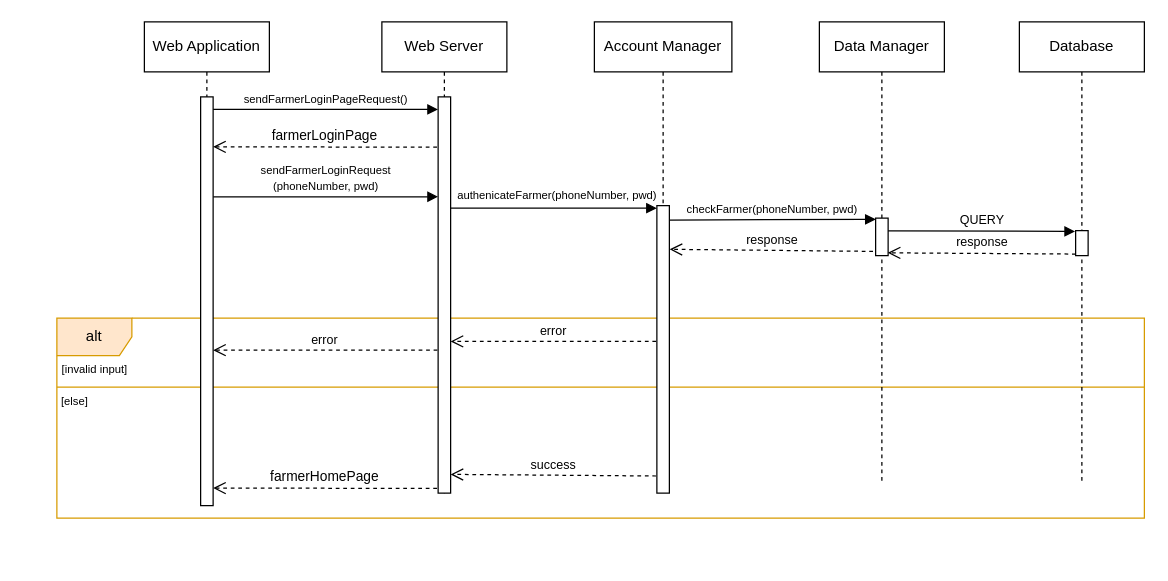
Earlier version of the draw.io diagram page "FM-Login-UC7" (2 of 14) of DD/UML/Runtime.drawio (ictar/DREAM-SE2-Project-2022). Source tidied: cells renumbered, new cells numbered last; positions are measured from the earlier drawing's top-left corner, leaving out a move shared by most shapes. Both pictures are drawn from the tidied source at 125%, with x=0, y=0 at pixel (21, 21).
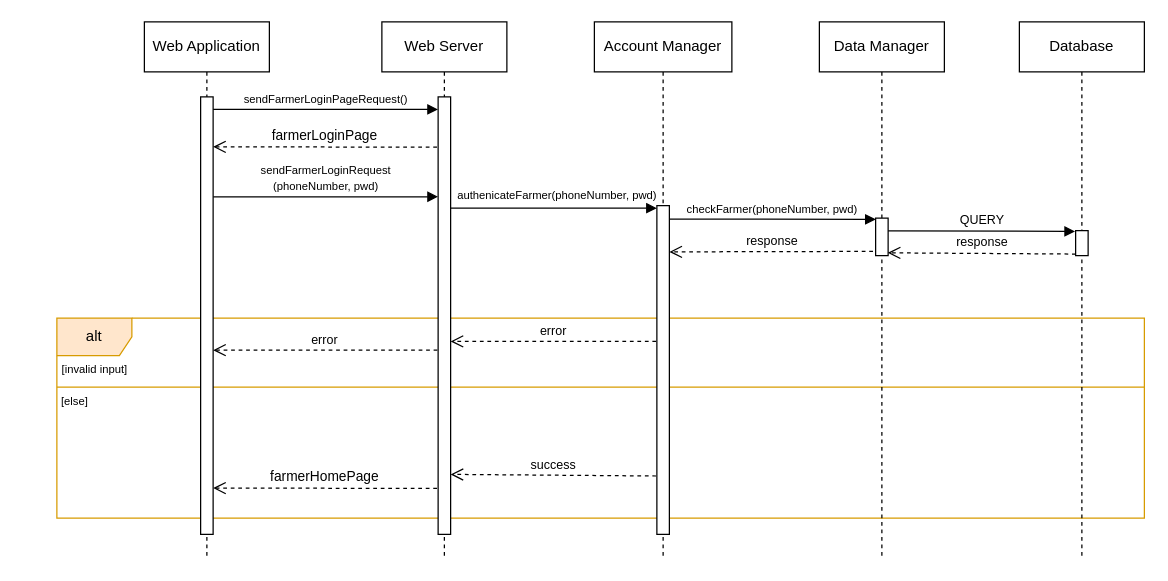
The same diagram, later.

Unchanged cells that the change refers to:
```xml
<mxCell id="14" style="html=1;points=[];perimeter=orthogonalPerimeter;" parent="13" vertex="1">
  <mxGeometry x="45" y="157" width="10" height="30" as="geometry" />
</mxCell>
```

Change to the diagram source:
```diff
@@
     <mxCell id="4" value="Web Application" style="shape=umlLifeline;perimeter=lifelinePerimeter;whiteSpace=wrap;html=1;" parent="1" vertex="1">
-      <mxGeometry x="98" width="100" height="370" as="geometry" />
+      <mxGeometry x="98" width="100" height="430" as="geometry" />
     </mxCell>
     <mxCell id="5" value="Web Server" style="shape=umlLifeline;perimeter=lifelinePerimeter;whiteSpace=wrap;html=1;" parent="1" vertex="1">
-      <mxGeometry x="288" width="100" height="377" as="geometry" />
+      <mxGeometry x="288" width="100" height="430" as="geometry" />
     </mxCell>
     <mxCell id="6" style="html=1;points=[];perimeter=orthogonalPerimeter;" parent="5" vertex="1">
-      <mxGeometry x="45" y="60" width="10" height="317" as="geometry" />
+      <mxGeometry x="45" y="60" width="10" height="350" as="geometry" />
     </mxCell>
@@
     <mxCell id="9" style="html=1;points=[];perimeter=orthogonalPerimeter;" parent="1" vertex="1">
-      <mxGeometry x="143" y="60" width="10" height="327" as="geometry" />
+      <mxGeometry x="143" y="60" width="10" height="350" as="geometry" />
     </mxCell>
@@
     <mxCell id="11" value="Account Manager" style="shape=umlLifeline;perimeter=lifelinePerimeter;whiteSpace=wrap;html=1;" parent="1" vertex="1">
-      <mxGeometry x="458" width="110" height="370" as="geometry" />
+      <mxGeometry x="458" width="110" height="430" as="geometry" />
     </mxCell>
     <mxCell id="12" style="html=1;points=[];perimeter=orthogonalPerimeter;" parent="11" vertex="1">
-      <mxGeometry x="50" y="147" width="10" height="230" as="geometry" />
+      <mxGeometry x="50" y="147" width="10" height="263" as="geometry" />
     </mxCell>
     <mxCell id="13" value="Data Manager" style="shape=umlLifeline;perimeter=lifelinePerimeter;whiteSpace=wrap;html=1;" parent="1" vertex="1">
-      <mxGeometry x="638" width="100" height="370" as="geometry" />
+      <mxGeometry x="638" width="100" height="430" as="geometry" />
     </mxCell>
@@
     <mxCell id="15" value="Database" style="shape=umlLifeline;perimeter=lifelinePerimeter;whiteSpace=wrap;html=1;" parent="1" vertex="1">
-      <mxGeometry x="798" width="100" height="370" as="geometry" />
+      <mxGeometry x="798" width="100" height="430" as="geometry" />
     </mxCell>
@@
-    <mxCell id="18" value="&lt;span style=&quot;font-family: &amp;#34;helvetica&amp;#34; ; font-size: 9px&quot;&gt;checkFarmer(&lt;/span&gt;&lt;span style=&quot;font-family: &amp;#34;helvetica&amp;#34; ; font-size: 9px&quot;&gt;phoneNumber, pwd&lt;/span&gt;&lt;span style=&quot;font-family: &amp;#34;helvetica&amp;#34; ; font-size: 9px&quot;&gt;)&lt;/span&gt;" style="html=1;verticalAlign=bottom;endArrow=block;rounded=0;entryX=0.011;entryY=0.033;entryDx=0;entryDy=0;entryPerimeter=0;exitX=1.021;exitY=0.05;exitDx=0;exitDy=0;exitPerimeter=0;" parent="1" edge="1" source="12" target="14">
+    <mxCell id="18" value="&lt;span style=&quot;font-family: &amp;#34;helvetica&amp;#34; ; font-size: 9px&quot;&gt;checkFarmer(&lt;/span&gt;&lt;span style=&quot;font-family: &amp;#34;helvetica&amp;#34; ; font-size: 9px&quot;&gt;phoneNumber, pwd&lt;/span&gt;&lt;span style=&quot;font-family: &amp;#34;helvetica&amp;#34; ; font-size: 9px&quot;&gt;)&lt;/span&gt;" style="html=1;verticalAlign=bottom;endArrow=block;rounded=0;entryX=0.011;entryY=0.033;entryDx=0;entryDy=0;entryPerimeter=0;exitX=1.014;exitY=0.041;exitDx=0;exitDy=0;exitPerimeter=0;" parent="1" edge="1" source="12" target="14">
       <mxGeometry relative="1" as="geometry" />
     </mxCell>
@@
-    <mxCell id="20" value="&lt;font style=&quot;font-size: 10px&quot;&gt;response&lt;/font&gt;" style="html=1;verticalAlign=bottom;endArrow=open;dashed=1;endSize=8;rounded=0;exitX=-0.211;exitY=0.887;exitDx=0;exitDy=0;exitPerimeter=0;entryX=1.022;entryY=0.152;entryDx=0;entryDy=0;entryPerimeter=0;" parent="1" edge="1" source="14" target="12">
-      <mxGeometry relative="1" as="geometry" />
+    <mxCell id="20" value="&lt;font style=&quot;font-size: 10px&quot;&gt;response&lt;/font&gt;" style="html=1;verticalAlign=bottom;endArrow=open;dashed=1;endSize=8;rounded=0;exitX=-0.211;exitY=0.887;exitDx=0;exitDy=0;exitPerimeter=0;" parent="1" edge="1" source="14">
+      <mxGeometry relative="1" as="geometry">
+        <mxPoint x="518" y="184" as="targetPoint" />
+      </mxGeometry>
     </mxCell>
```
